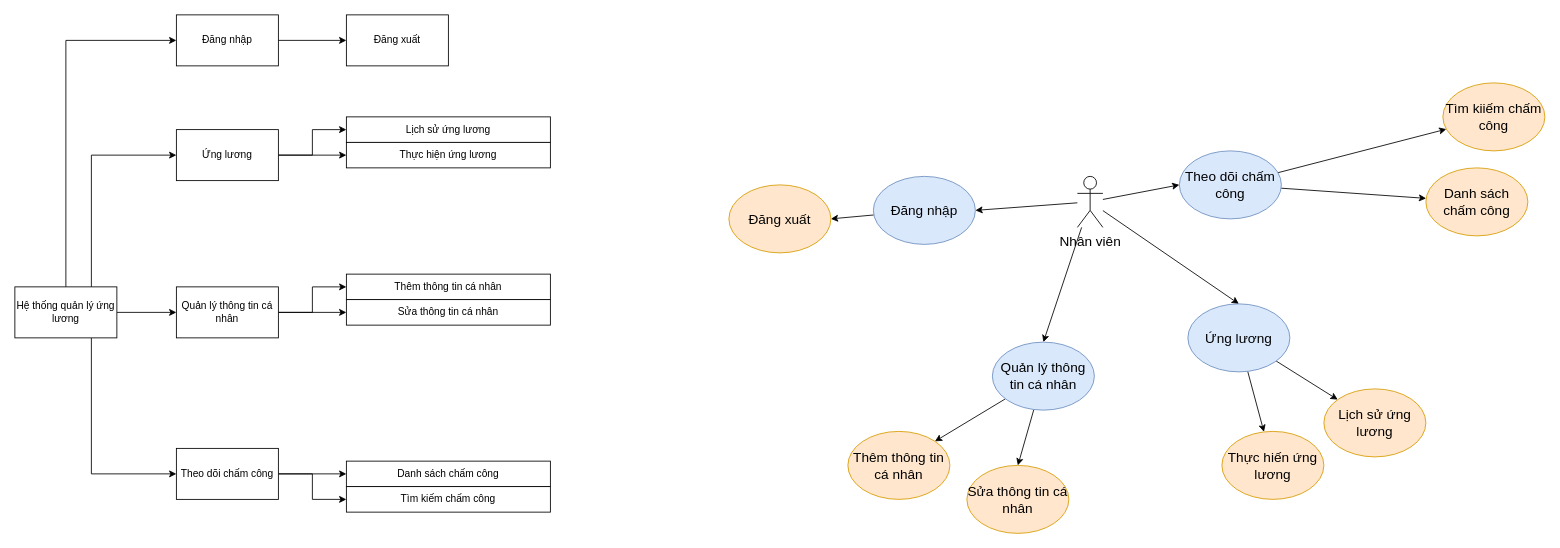
This is page "Sơ đồ phân rã chức năng-Nhân viên" (4 of 14) of word/Webungluong.drawio from thangdinh99/WebUngLuong, a draw.io file, before an edit. Source tidied: cells renumbered, new cells numbered last; positions are measured from the earlier drawing's top-left corner, leaving out a move shared by most shapes. Both pictures are drawn from the tidied source at 85%, with x=0, y=0 at pixel (14, 14).
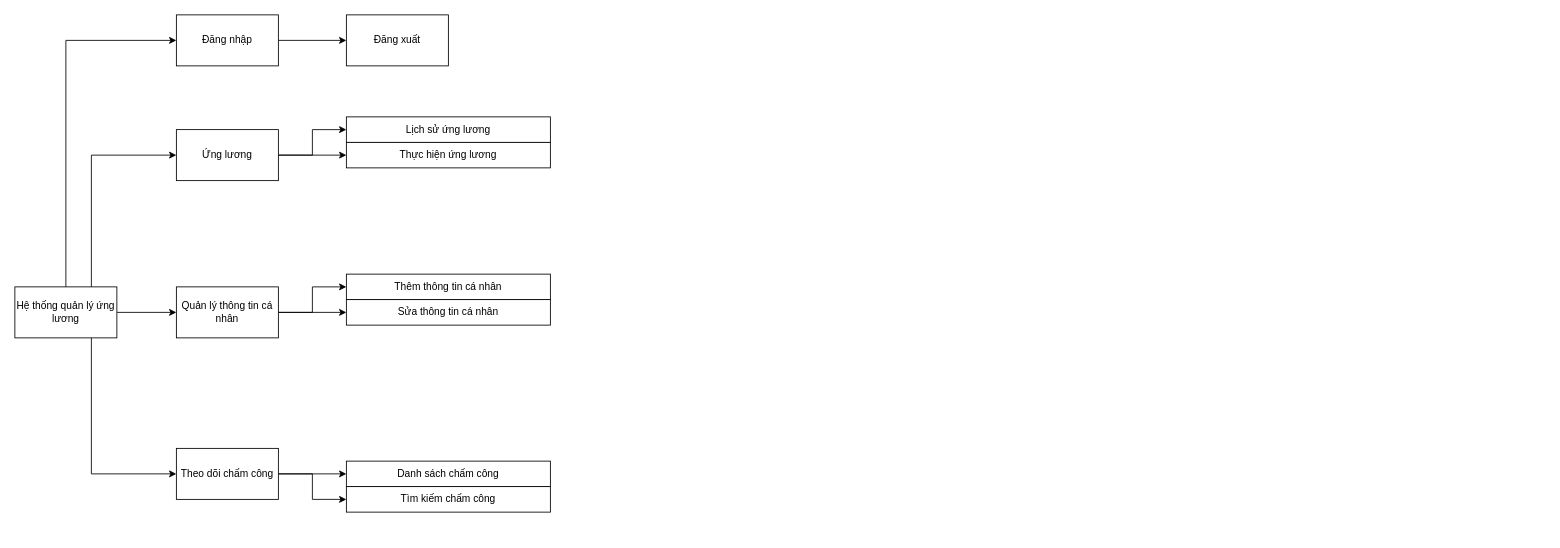
The same page after the edit.

The edit, as a diff of the source:
```diff
@@
-    <mxCell id="25" style="rounded=0;jettySize=auto;html=1;entryX=0;entryY=0.5;entryDx=0;entryDy=0;fontSize=16;" parent="1" edge="1" source="29" target="40">
-      <mxGeometry relative="1" as="geometry" />
-    </mxCell>
-    <mxCell id="26" style="edgeStyle=none;rounded=0;jettySize=auto;html=1;entryX=0.5;entryY=0;entryDx=0;entryDy=0;fontSize=16;" parent="1" edge="1" source="29" target="34">
-      <mxGeometry relative="1" as="geometry" />
-    </mxCell>
-    <mxCell id="27" style="edgeStyle=none;rounded=0;jettySize=auto;html=1;entryX=0.5;entryY=0;entryDx=0;entryDy=0;fontSize=16;" parent="1" edge="1" source="29" target="37">
-      <mxGeometry relative="1" as="geometry" />
-    </mxCell>
-    <mxCell id="28" style="edgeStyle=none;rounded=0;jettySize=auto;html=1;entryX=1;entryY=0.5;entryDx=0;entryDy=0;fontSize=16;" parent="1" edge="1" source="29" target="31">
-      <mxGeometry relative="1" as="geometry" />
-    </mxCell>
-    <mxCell id="29" value="Nhân viên" style="shape=umlActor;verticalLabelPosition=bottom;verticalAlign=top;html=1;outlineConnect=0;fontSize=16;" parent="1" vertex="1">
-      <mxGeometry x="1250" y="190" width="30" height="60" as="geometry" />
-    </mxCell>
-    <mxCell id="30" style="edgeStyle=none;rounded=0;jettySize=auto;html=1;entryX=1;entryY=0.5;entryDx=0;entryDy=0;fontSize=18;" parent="1" edge="1" source="31" target="47">
-      <mxGeometry relative="1" as="geometry" />
-    </mxCell>
-    <mxCell id="31" value="Đăng nhập" style="ellipse;whiteSpace=wrap;html=1;fillColor=#dae8fc;strokeColor=#6c8ebf;fontSize=16;" parent="1" vertex="1">
-      <mxGeometry x="1010" y="190" width="120" height="80" as="geometry" />
-    </mxCell>
-    <mxCell id="32" style="edgeStyle=none;rounded=0;jettySize=auto;html=1;entryX=1;entryY=0;entryDx=0;entryDy=0;fontSize=18;" parent="1" edge="1" source="34" target="44">
-      <mxGeometry relative="1" as="geometry" />
-    </mxCell>
-    <mxCell id="33" style="edgeStyle=none;rounded=0;jettySize=auto;html=1;entryX=0.5;entryY=0;entryDx=0;entryDy=0;fontSize=18;" parent="1" edge="1" source="34" target="43">
-      <mxGeometry relative="1" as="geometry" />
-    </mxCell>
-    <mxCell id="34" value="Quản lý thông tin cá nhân" style="ellipse;whiteSpace=wrap;html=1;fillColor=#dae8fc;strokeColor=#6c8ebf;fontSize=16;" parent="1" vertex="1">
-      <mxGeometry x="1150" y="385" width="120" height="80" as="geometry" />
-    </mxCell>
-    <mxCell id="35" style="edgeStyle=none;rounded=0;jettySize=auto;html=1;fontSize=18;" parent="1" edge="1" source="37" target="45">
-      <mxGeometry relative="1" as="geometry" />
-    </mxCell>
-    <mxCell id="36" style="edgeStyle=none;rounded=0;jettySize=auto;html=1;fontSize=18;" parent="1" edge="1" source="37" target="46">
-      <mxGeometry relative="1" as="geometry" />
-    </mxCell>
-    <mxCell id="37" value="Ứng lương" style="ellipse;whiteSpace=wrap;html=1;fillColor=#dae8fc;strokeColor=#6c8ebf;fontSize=16;" parent="1" vertex="1">
-      <mxGeometry x="1380" y="340" width="120" height="80" as="geometry" />
-    </mxCell>
-    <mxCell id="38" style="edgeStyle=none;rounded=0;jettySize=auto;html=1;fontSize=18;" parent="1" edge="1" source="40" target="42">
-      <mxGeometry relative="1" as="geometry" />
-    </mxCell>
-    <mxCell id="39" style="edgeStyle=none;rounded=0;jettySize=auto;html=1;fontSize=18;" parent="1" edge="1" source="40" target="41">
-      <mxGeometry relative="1" as="geometry" />
-    </mxCell>
-    <mxCell id="40" value="Theo dõi chấm công" style="ellipse;whiteSpace=wrap;html=1;fillColor=#dae8fc;strokeColor=#6c8ebf;fontSize=16;" parent="1" vertex="1">
-      <mxGeometry x="1370" y="160" width="120" height="80" as="geometry" />
-    </mxCell>
-    <mxCell id="41" value="Danh sách chấm công" style="ellipse;whiteSpace=wrap;html=1;fillColor=#ffe6cc;strokeColor=#d79b00;fontSize=16;" parent="1" vertex="1">
-      <mxGeometry x="1660" y="180" width="120" height="80" as="geometry" />
-    </mxCell>
-    <mxCell id="42" value="Tìm kiiếm chấm công" style="ellipse;whiteSpace=wrap;html=1;fillColor=#ffe6cc;strokeColor=#d79b00;fontSize=16;" parent="1" vertex="1">
-      <mxGeometry x="1680" y="80" width="120" height="80" as="geometry" />
-    </mxCell>
-    <mxCell id="43" value="Sửa thông tin cá nhân" style="ellipse;whiteSpace=wrap;html=1;fillColor=#ffe6cc;strokeColor=#d79b00;fontSize=16;" parent="1" vertex="1">
-      <mxGeometry x="1120" y="530" width="120" height="80" as="geometry" />
-    </mxCell>
-    <mxCell id="44" value="Thêm thông tin cá nhân" style="ellipse;whiteSpace=wrap;html=1;fillColor=#ffe6cc;strokeColor=#d79b00;fontSize=16;" parent="1" vertex="1">
-      <mxGeometry x="980" y="490" width="120" height="80" as="geometry" />
-    </mxCell>
-    <mxCell id="45" value="Thực hiến ứng lương" style="ellipse;whiteSpace=wrap;html=1;fillColor=#ffe6cc;strokeColor=#d79b00;fontSize=16;" parent="1" vertex="1">
-      <mxGeometry x="1420" y="490" width="120" height="80" as="geometry" />
-    </mxCell>
-    <mxCell id="46" value="Lịch sử ứng lương" style="ellipse;whiteSpace=wrap;html=1;fillColor=#ffe6cc;strokeColor=#d79b00;fontSize=16;" parent="1" vertex="1">
-      <mxGeometry x="1540" y="440" width="120" height="80" as="geometry" />
-    </mxCell>
-    <mxCell id="47" value="Đăng xuất" style="ellipse;whiteSpace=wrap;html=1;fillColor=#ffe6cc;strokeColor=#d79b00;fontSize=16;" parent="1" vertex="1">
-      <mxGeometry x="840" y="200" width="120" height="80" as="geometry" />
-    </mxCell>
```
